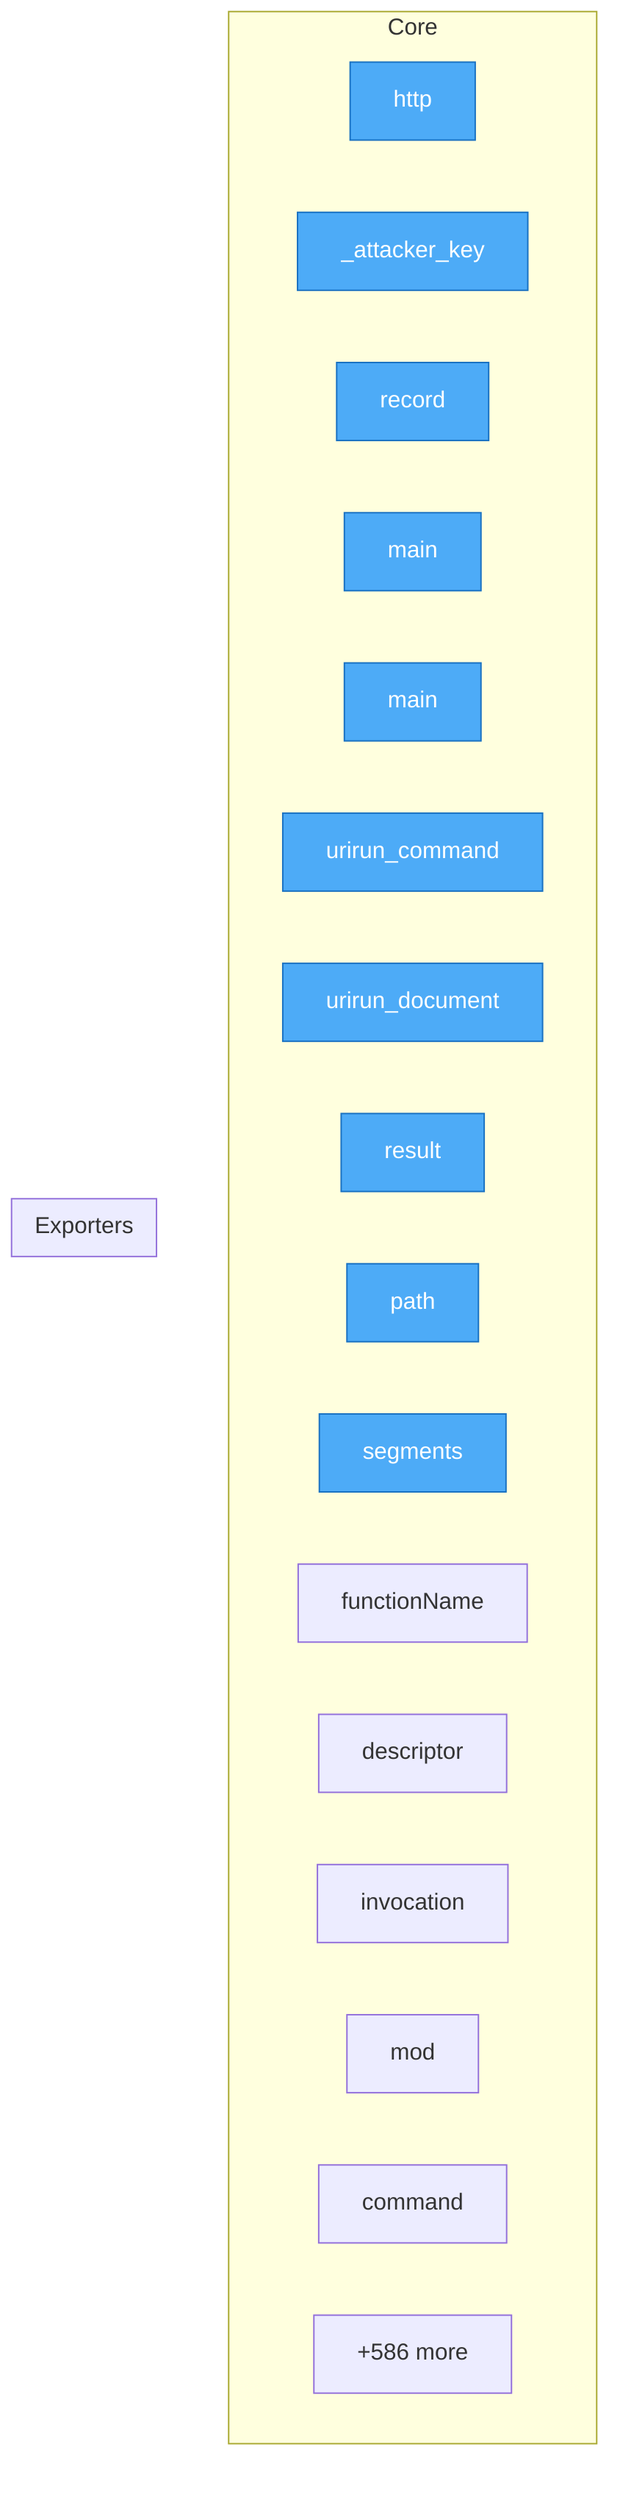
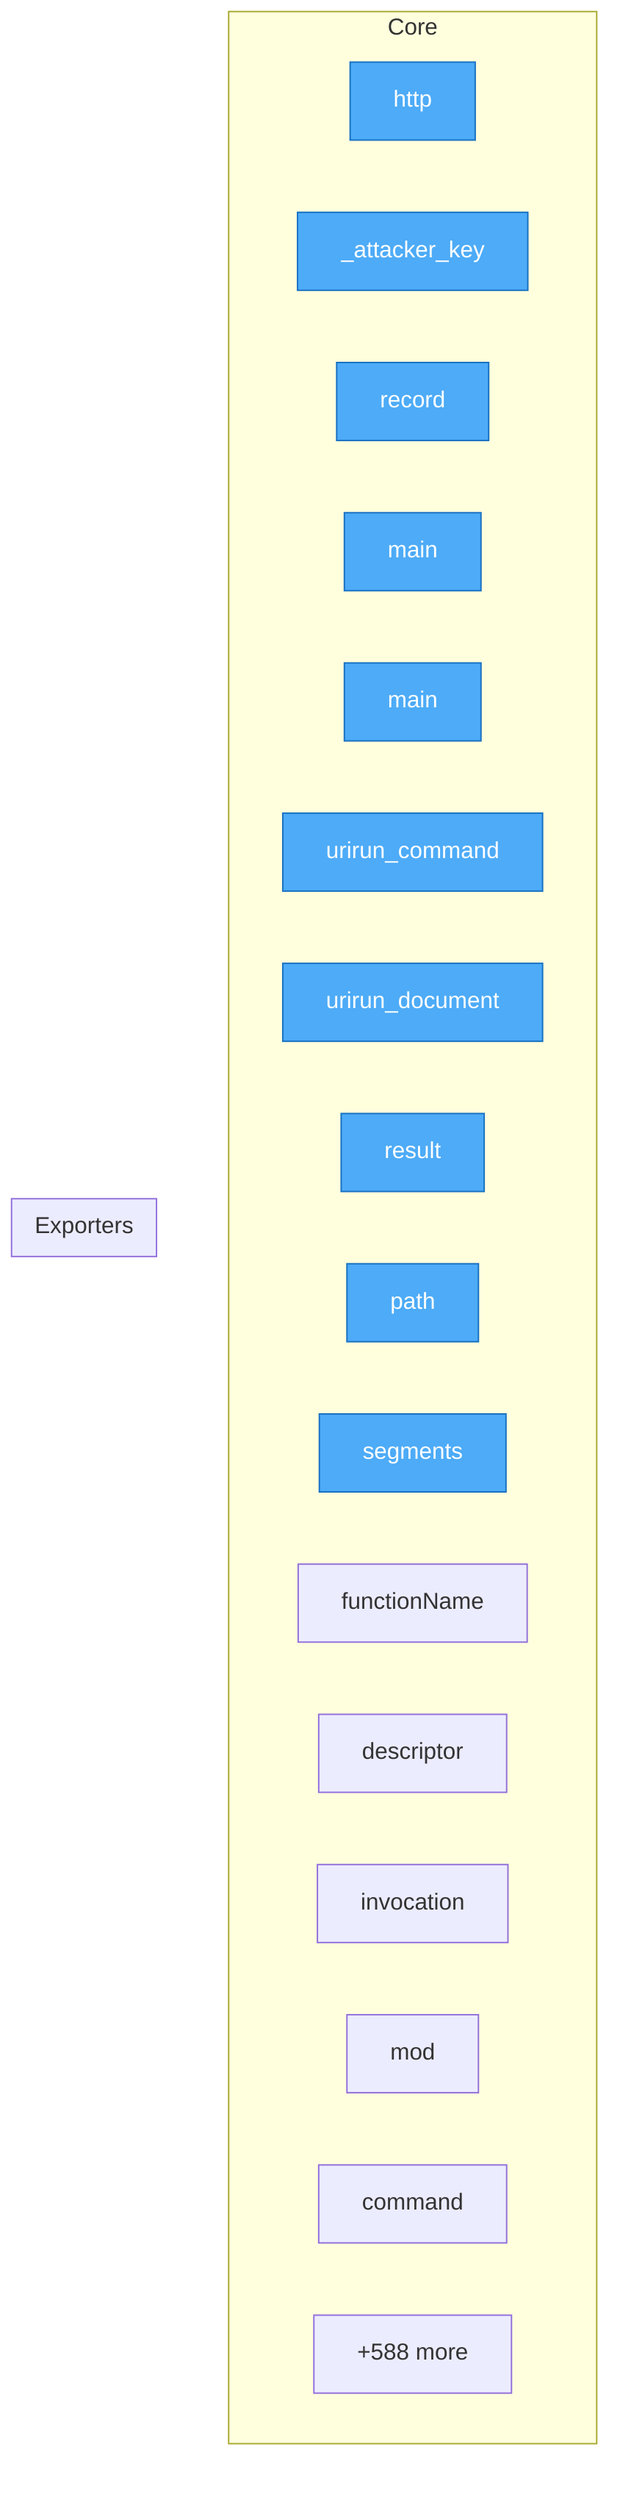
flowchart TD
- %% generated in 0.07s
+ %% generated in 0.05s

    %% Entry points (blue)
    classDef entry fill:#4dabf7,stroke:#1971c2,color:#fff

    subgraph Core
        security__mesh_probe__probe__http["http"]
        security__mesh_probe__probe___attacker_key["_attacker_key"]
        security__mesh_probe__probe__record["record"]
        adapters__conformance__main["main"]
        adapters__new_connector__main["main"]
        adapters__bash__urirun__urirun_command["urirun_command"]
        adapters__bash__urirun__urirun_document["urirun_document"]
        adapters__js__index__test__result["result"]
        adapters__js__path["path"]
        adapters__js__segments["segments"]
        adapters__js__functionName["functionName"]
        adapters__js__descriptor["descriptor"]
        adapters__js__invocation["invocation"]
        adapters__js__mod["mod"]
        adapters__java__Urirun__Urirun__command["command"]
-         ...["+586 more"]
+         ...["+588 more"]
    end

    subgraph Exporters
    end

    class security__mesh_probe__probe__http,security__mesh_probe__probe___attacker_key,security__mesh_probe__probe__record,adapters__conformance__main,adapters__new_connector__main,adapters__bash__urirun__urirun_command,adapters__bash__urirun__urirun_document,adapters__js__index__test__result,adapters__js__path,adapters__js__segments entry
